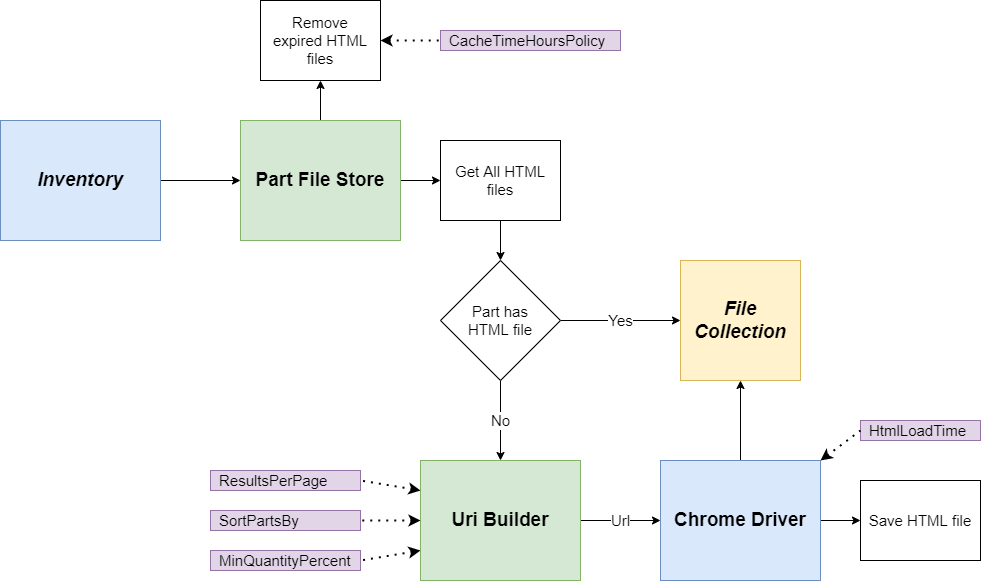
The draw.io diagram Diagrams/PartFileStore.png in stephenwike/bricklink-scraper, before a commit. Source tidied: cells renumbered, new cells last; positions are measured from the earlier drawing's top-left corner, leaving out a move shared by most shapes.
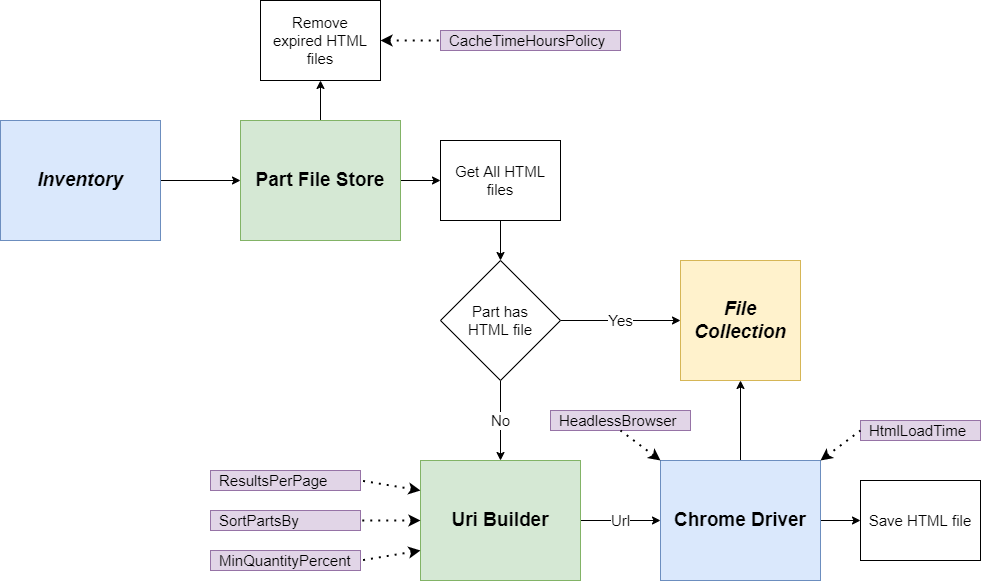
After the change.

Diff of the diagram source:
```diff
@@ -90,5 +90,11 @@
     <mxCell id="29" style="endArrow=none;dashed=1;html=1;dashPattern=1 3;strokeWidth=2;rounded=0;fontSize=15;entryX=1;entryY=0.5;entryDx=0;entryDy=0;exitX=0;exitY=0.75;exitDx=0;exitDy=0;endFill=0;startArrow=classic;startFill=1;" parent="1" edge="1" source="18" target="28">
       <mxGeometry relative="1" as="geometry" />
     </mxCell>
+    <mxCell id="30" value="HeadlessBrowser" style="rounded=0;whiteSpace=wrap;html=1;fontSize=15;fillColor=#e1d5e7;strokeColor=#9673a6;align=left;spacingLeft=7;" parent="1" vertex="1">
+      <mxGeometry x="550" y="410" width="140" height="20" as="geometry" />
+    </mxCell>
+    <mxCell id="31" style="endArrow=none;dashed=1;html=1;dashPattern=1 3;strokeWidth=2;rounded=0;fontSize=15;entryX=0.5;entryY=1;entryDx=0;entryDy=0;endFill=0;startArrow=classic;startFill=1;" parent="1" edge="1" source="16" target="30">
+      <mxGeometry relative="1" as="geometry" />
+    </mxCell>
   </root>
 </mxGraphModel>
```
